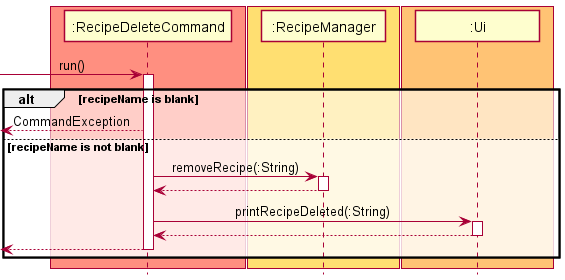
Above: docs/images/dg/RecipeDeleteCommand.png in rizemon/tp (PlantUML), before the change.
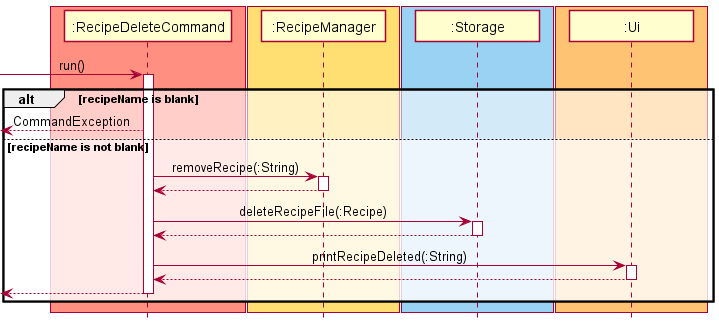
The same diagram one commit later.

The edit, as a diff of the source:
```diff
@@ -6,6 +6,9 @@
 end box
 box RECIPE_COLOR
 Participant ":RecipeManager" as RecipeManager
+end box
+box STORAGE_COLOR
+Participant ":Storage" as Storage
 end box
 box UI_COLOR
 Participant ":Ui" as Ui
@@ -22,6 +25,11 @@
   RecipeDeleteCommand <-- RecipeManager
   deactivate RecipeManager
 
+  RecipeDeleteCommand -> Storage: deleteRecipeFile(:Recipe)
+  activate Storage
+  RecipeDeleteCommand <-- Storage
+  deactivate Storage
+
   RecipeDeleteCommand -> Ui: printRecipeDeleted(:String)
   activate Ui
   RecipeDeleteCommand <-- Ui
```
